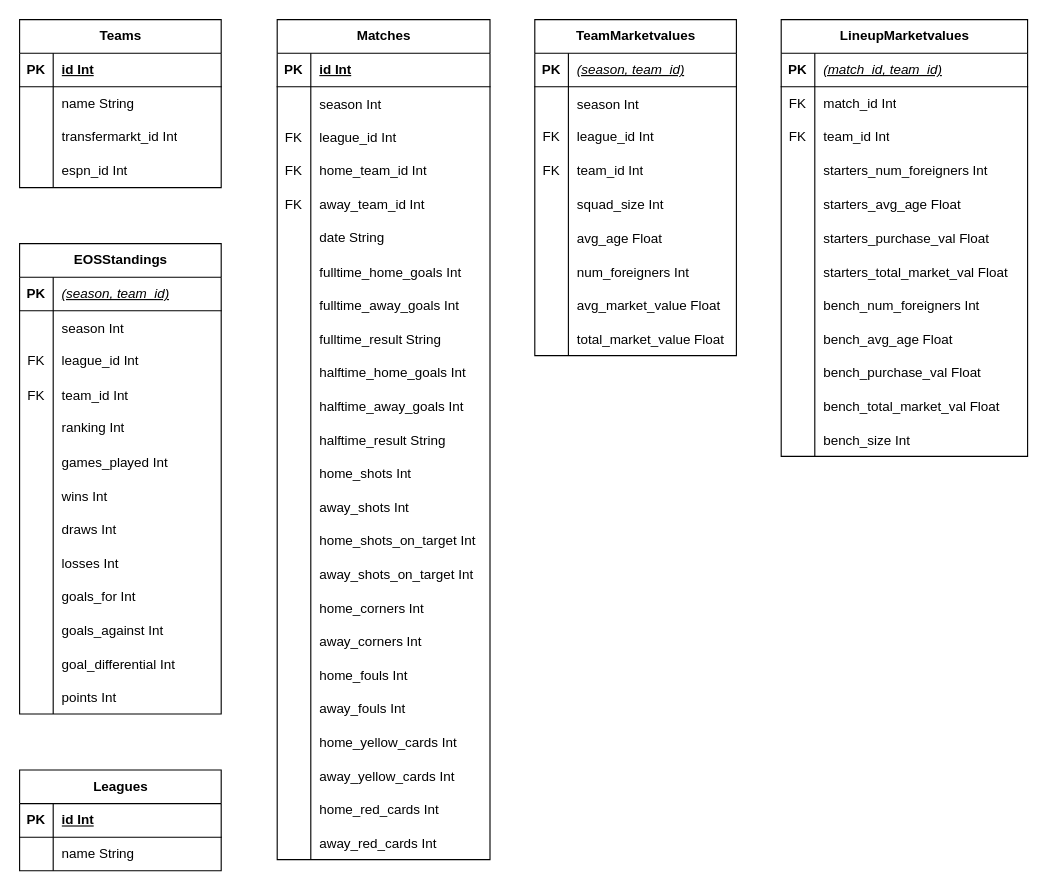
Earlier version of the draw.io diagram english_football_ER_diagram.drawio (Summer-ICERM-2024-Pyramid-Schemers/football-data-scraping). Source tidied: cells renumbered, new cells numbered last; positions are measured from the earlier drawing's top-left corner, leaving out a move shared by most shapes. Both pictures are drawn from the tidied source at 112%, with x=0, y=0 at pixel (19, 19).
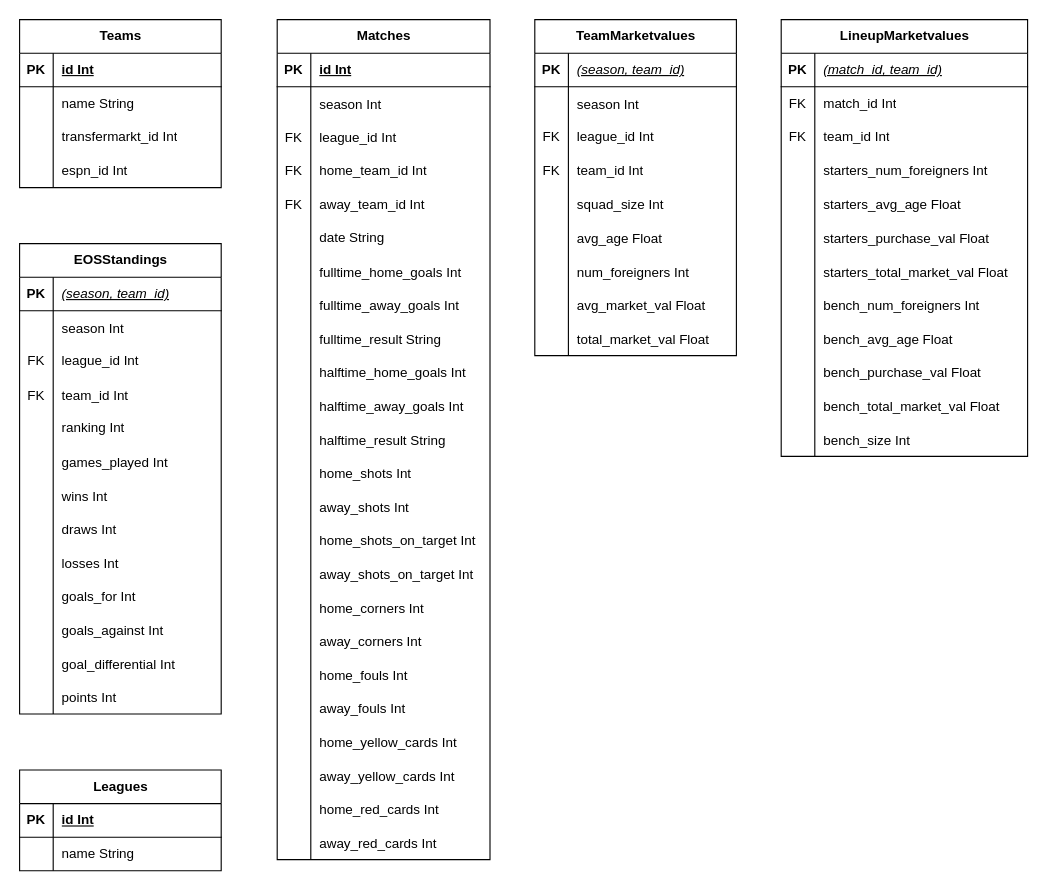
Above is the later version.

Commit message (it also covers changes not shown here):
Fix column name on ER diagram

The change refers to these unchanged cells:
```xml
<mxCell id="24" style="shape=tableRow;horizontal=0;startSize=0;swimlaneHead=0;swimlaneBody=0;fillColor=none;top=0;left=0;right=0;bottom=0;" parent="2" vertex="1">
  <mxGeometry y="240" width="180" height="30" as="geometry" />
</mxCell>
<mxCell id="27" style="shape=tableRow;horizontal=0;startSize=0;swimlaneHead=0;swimlaneBody=0;fillColor=none;top=0;left=0;right=0;bottom=0;" parent="2" vertex="1">
  <mxGeometry y="270" width="180" height="30" as="geometry" />
</mxCell>
```

What changed in the source:
```diff
@@
-    <mxCell id="26" value="avg_market_value Float" style="shape=partialRectangle;fillColor=none;top=0;left=0;bottom=0;right=0;align=left;spacingLeft=6;overflow=hidden;" parent="24" vertex="1">
+    <mxCell id="26" value="avg_market_val Float" style="shape=partialRectangle;fillColor=none;top=0;left=0;bottom=0;right=0;align=left;spacingLeft=6;overflow=hidden;" parent="24" vertex="1">
       <mxGeometry x="30" width="150" height="30" as="geometry" />
     </mxCell>
@@
-    <mxCell id="29" value="total_market_value Float" style="shape=partialRectangle;fillColor=none;top=0;left=0;bottom=0;right=0;align=left;spacingLeft=6;overflow=hidden;" parent="27" vertex="1">
+    <mxCell id="29" value="total_market_val Float" style="shape=partialRectangle;fillColor=none;top=0;left=0;bottom=0;right=0;align=left;spacingLeft=6;overflow=hidden;" parent="27" vertex="1">
       <mxGeometry x="30" width="150" height="30" as="geometry" />
     </mxCell>
```
